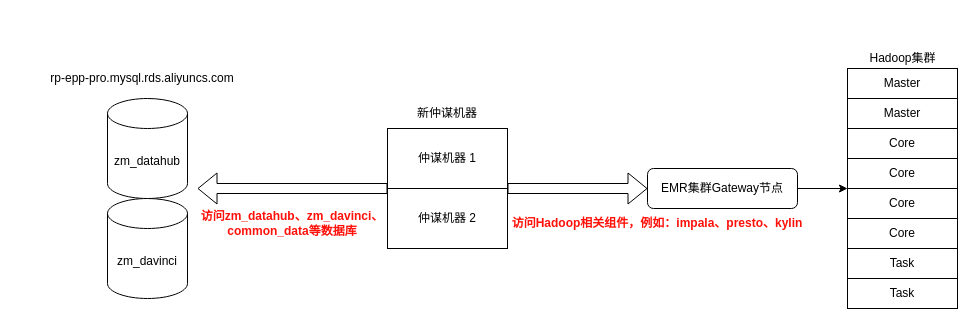
Above: pet_data_warehouse/仲谋数据平台.drawio in fangzheng0518/draw (draw.io), before the change. Source tidied: cells renumbered, new cells numbered last; positions are measured from the earlier drawing's top-left corner, leaving out a move shared by most shapes. Both pictures are drawn from the tidied source at 100%, with x=0, y=0 at pixel (17, 48).
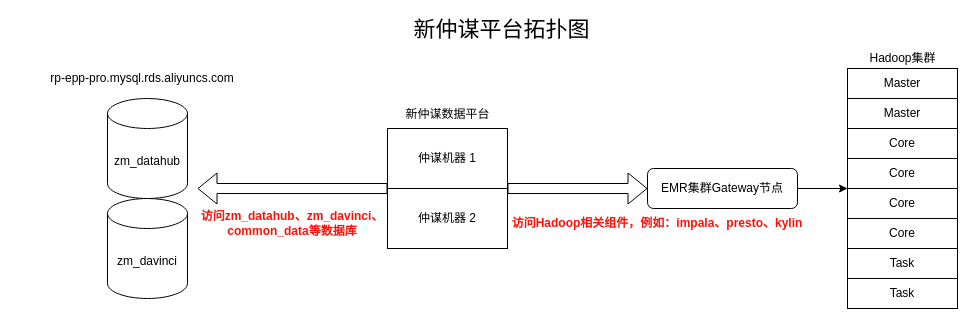
The same diagram, later.

Commit message (it also covers changes not shown here):
更新仲谋数据平台.drawio

Change to the diagram source:
```diff
@@
-    <mxCell id="23" value="新仲谋机器" style="text;html=1;strokeColor=none;fillColor=none;align=center;verticalAlign=middle;whiteSpace=wrap;rounded=0;" parent="1" vertex="1">
-      <mxGeometry x="390" y="55" width="80" height="20" as="geometry" />
+    <mxCell id="23" value="新仲谋数据平台" style="text;html=1;strokeColor=none;fillColor=none;align=center;verticalAlign=middle;whiteSpace=wrap;rounded=0;" parent="1" vertex="1">
+      <mxGeometry x="378.5" y="56" width="103" height="20" as="geometry" />
     </mxCell>
@@
+    <mxCell id="26" value="&lt;font style=&quot;font-size: 22px&quot;&gt;新仲谋平台拓扑图&lt;/font&gt;" style="text;html=1;strokeColor=none;fillColor=none;align=center;verticalAlign=middle;whiteSpace=wrap;rounded=0;" parent="1" vertex="1">
+      <mxGeometry x="392" y="-28" width="185" height="20" as="geometry" />
+    </mxCell>
```
